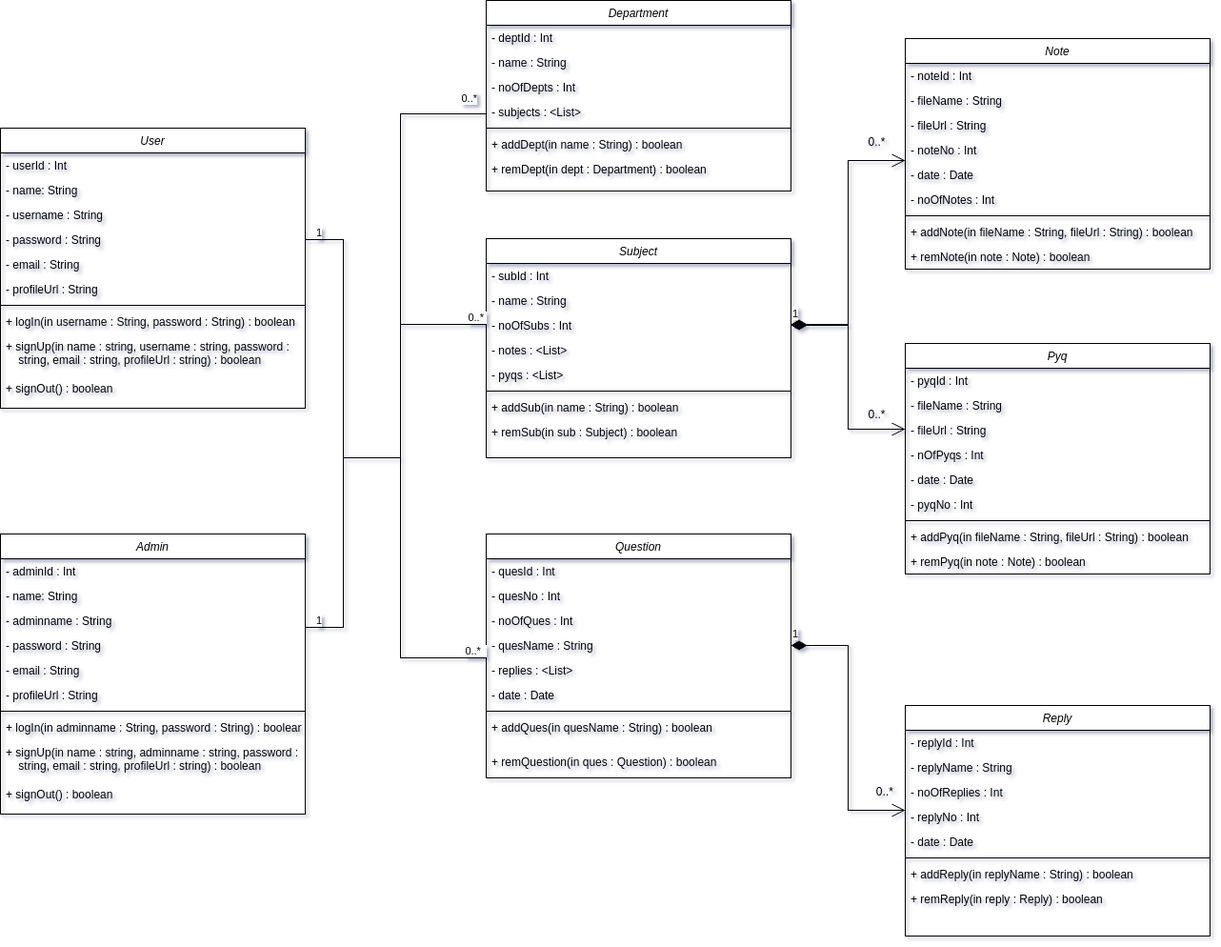
AnirudhHanda/OneStop-ClassDiagram keeps this draw.io diagram as ClassDiagram.drawio.png. Above is the earlier version. Source tidied: cells renumbered, new cells last; positions are measured from the earlier drawing's top-left corner, leaving out a move shared by most shapes.
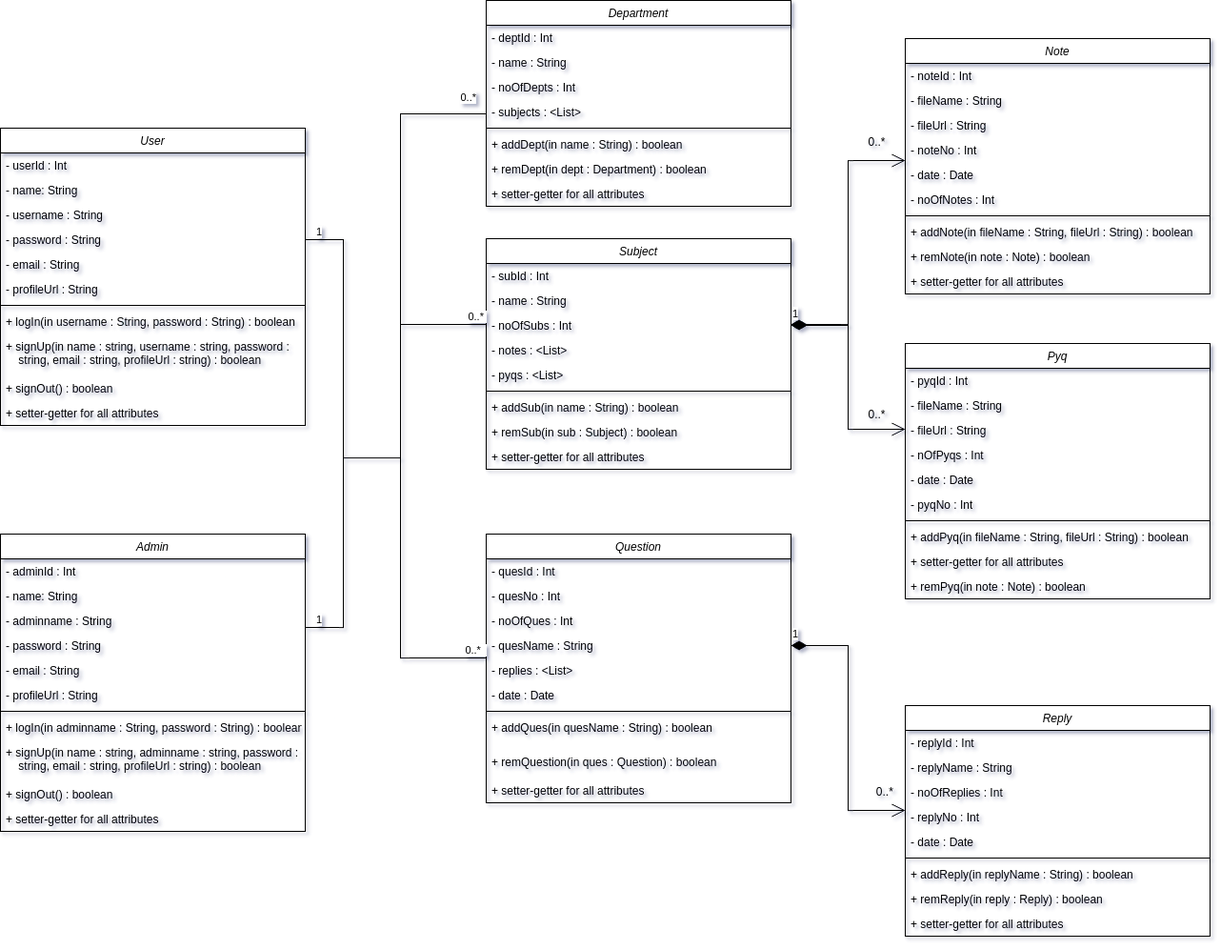
Later version of the same file.

Change to the diagram source:
```diff
@@ -3,7 +3,7 @@
     <mxCell id="0" />
     <mxCell id="1" parent="0" />
     <mxCell id="2" value="User" style="swimlane;fontStyle=2;align=center;verticalAlign=top;horizontal=1;startSize=26;rounded=0;shadow=0;strokeWidth=1;" parent="1" vertex="1">
-      <mxGeometry y="134" width="320" height="294" as="geometry" />
+      <mxGeometry y="134" width="320" height="312" as="geometry" />
     </mxCell>
     <mxCell id="3" value="- userId : Int" style="text;align=left;verticalAlign=top;spacingLeft=4;spacingRight=4;overflow=hidden;rounded=0;shadow=0;html=0;" parent="2" vertex="1">
       <mxGeometry y="26" width="320" height="26" as="geometry" />
@@ -35,8 +35,11 @@
     <mxCell id="12" value="+ signOut() : boolean" style="text;align=left;verticalAlign=top;spacingLeft=4;spacingRight=4;overflow=hidden;" parent="2" vertex="1">
       <mxGeometry y="260" width="320" height="26" as="geometry" />
     </mxCell>
+    <mxCell id="95" value="+ setter-getter for all attributes" style="text;align=left;verticalAlign=top;spacingLeft=4;spacingRight=4;overflow=hidden;" parent="2" vertex="1">
+      <mxGeometry y="286" width="320" height="26" as="geometry" />
+    </mxCell>
     <mxCell id="13" value="Department" style="swimlane;fontStyle=2;align=center;verticalAlign=top;horizontal=1;startSize=26;rounded=0;shadow=0;strokeWidth=1;" parent="1" vertex="1">
-      <mxGeometry x="510" width="320" height="200" as="geometry" />
+      <mxGeometry x="510" width="320" height="216" as="geometry" />
     </mxCell>
     <mxCell id="14" value="- deptId : Int" style="text;align=left;verticalAlign=top;spacingLeft=4;spacingRight=4;overflow=hidden;rounded=0;shadow=0;html=0;" parent="13" vertex="1">
       <mxGeometry y="26" width="320" height="26" as="geometry" />
@@ -59,6 +62,9 @@
     <mxCell id="20" value="+ remDept(in dept : Department) : boolean " style="text;align=left;verticalAlign=top;spacingLeft=4;spacingRight=4;overflow=hidden;" parent="13" vertex="1">
       <mxGeometry y="164" width="320" height="26" as="geometry" />
     </mxCell>
+    <mxCell id="96" value="+ setter-getter for all attributes" style="text;align=left;verticalAlign=top;spacingLeft=4;spacingRight=4;overflow=hidden;" parent="13" vertex="1">
+      <mxGeometry y="190" width="320" height="26" as="geometry" />
+    </mxCell>
     <mxCell id="21" style="endArrow=none;html=1;edgeStyle=orthogonalEdgeStyle;rounded=0;entryX=0;entryY=0.5;entryDx=0;entryDy=0;exitX=1;exitY=0.5;exitDx=0;exitDy=0;" parent="1" edge="1" source="6">
       <mxGeometry relative="1" as="geometry">
         <mxPoint x="510" y="93" as="targetPoint" />
@@ -82,7 +88,7 @@
       </mxGeometry>
     </mxCell>
     <mxCell id="24" value="Subject" style="swimlane;fontStyle=2;align=center;verticalAlign=top;horizontal=1;startSize=26;rounded=0;shadow=0;strokeWidth=1;" parent="1" vertex="1">
-      <mxGeometry x="510" y="250" width="320" height="230" as="geometry" />
+      <mxGeometry x="510" y="250" width="320" height="242" as="geometry" />
     </mxCell>
     <mxCell id="25" value="- subId : Int" style="text;align=left;verticalAlign=top;spacingLeft=4;spacingRight=4;overflow=hidden;rounded=0;shadow=0;html=0;" parent="24" vertex="1">
       <mxGeometry y="26" width="320" height="26" as="geometry" />
@@ -108,6 +114,9 @@
     <mxCell id="32" value="+ remSub(in sub : Subject) : boolean " style="text;align=left;verticalAlign=top;spacingLeft=4;spacingRight=4;overflow=hidden;" parent="24" vertex="1">
       <mxGeometry y="190" width="320" height="26" as="geometry" />
     </mxCell>
+    <mxCell id="97" value="+ setter-getter for all attributes" style="text;align=left;verticalAlign=top;spacingLeft=4;spacingRight=4;overflow=hidden;" parent="24" vertex="1">
+      <mxGeometry y="216" width="320" height="26" as="geometry" />
+    </mxCell>
     <mxCell id="33" style="endArrow=none;html=1;edgeStyle=orthogonalEdgeStyle;rounded=0;" parent="1" edge="1" target="27">
       <mxGeometry relative="1" as="geometry">
         <mxPoint x="420" y="340" as="sourcePoint" />
@@ -120,7 +129,7 @@
       <mxGeometry x="1" relative="1" as="geometry" />
     </mxCell>
     <mxCell id="35" value="Question" style="swimlane;fontStyle=2;align=center;verticalAlign=top;horizontal=1;startSize=26;rounded=0;shadow=0;strokeWidth=1;" parent="1" vertex="1">
-      <mxGeometry x="510" y="560" width="320" height="256" as="geometry" />
+      <mxGeometry x="510" y="560" width="320" height="282" as="geometry" />
     </mxCell>
     <mxCell id="36" value="- quesId : Int " style="text;align=left;verticalAlign=top;spacingLeft=4;spacingRight=4;overflow=hidden;rounded=0;shadow=0;html=0;" parent="35" vertex="1">
       <mxGeometry y="26" width="320" height="26" as="geometry" />
@@ -149,6 +158,9 @@
     <mxCell id="44" value="+ remQuestion(in ques : Question) : boolean" style="text;strokeColor=none;fillColor=none;align=left;verticalAlign=top;spacingLeft=4;spacingRight=4;overflow=hidden;whiteSpace=wrap;html=1;" parent="35" vertex="1">
       <mxGeometry y="226" width="320" height="30" as="geometry" />
     </mxCell>
+    <mxCell id="98" value="+ setter-getter for all attributes" style="text;align=left;verticalAlign=top;spacingLeft=4;spacingRight=4;overflow=hidden;" parent="35" vertex="1">
+      <mxGeometry y="256" width="320" height="26" as="geometry" />
+    </mxCell>
     <mxCell id="45" style="endArrow=none;html=1;edgeStyle=orthogonalEdgeStyle;rounded=0;" parent="1" edge="1">
       <mxGeometry relative="1" as="geometry">
         <mxPoint x="420" y="470" as="sourcePoint" />
@@ -162,7 +174,7 @@
       <mxGeometry x="1" relative="1" as="geometry" />
     </mxCell>
     <mxCell id="47" value="Note" style="swimlane;fontStyle=2;align=center;verticalAlign=top;horizontal=1;startSize=26;rounded=0;shadow=0;strokeWidth=1;" parent="1" vertex="1">
-      <mxGeometry x="950" y="40" width="320" height="242" as="geometry" />
+      <mxGeometry x="950" y="40" width="320" height="268" as="geometry" />
     </mxCell>
     <mxCell id="48" value="- noteId : Int" style="text;align=left;verticalAlign=top;spacingLeft=4;spacingRight=4;overflow=hidden;rounded=0;shadow=0;html=0;" parent="47" vertex="1">
       <mxGeometry y="26" width="320" height="26" as="geometry" />
@@ -191,6 +203,9 @@
     <mxCell id="56" value="+ remNote(in note : Note) : boolean" style="text;align=left;verticalAlign=top;spacingLeft=4;spacingRight=4;overflow=hidden;" parent="47" vertex="1">
       <mxGeometry y="216" width="320" height="26" as="geometry" />
     </mxCell>
+    <mxCell id="99" value="+ setter-getter for all attributes" style="text;align=left;verticalAlign=top;spacingLeft=4;spacingRight=4;overflow=hidden;" parent="47" vertex="1">
+      <mxGeometry y="242" width="320" height="26" as="geometry" />
+    </mxCell>
     <mxCell id="57" value="1" style="endArrow=open;html=1;endSize=12;startArrow=diamondThin;startSize=14;startFill=1;edgeStyle=orthogonalEdgeStyle;align=left;verticalAlign=bottom;rounded=0;entryX=0;entryY=-0.077;entryDx=0;entryDy=0;entryPerimeter=0;" parent="1" edge="1" target="52">
       <mxGeometry x="-1" y="3" relative="1" as="geometry">
         <mxPoint x="830" y="340" as="sourcePoint" />
@@ -201,7 +216,7 @@
       </mxGeometry>
     </mxCell>
     <mxCell id="58" value="Pyq" style="swimlane;fontStyle=2;align=center;verticalAlign=top;horizontal=1;startSize=26;rounded=0;shadow=0;strokeWidth=1;" parent="1" vertex="1">
-      <mxGeometry x="950" y="360" width="320" height="242" as="geometry" />
+      <mxGeometry x="950" y="360" width="320" height="268" as="geometry" />
     </mxCell>
     <mxCell id="59" value="- pyqId : Int" style="text;align=left;verticalAlign=top;spacingLeft=4;spacingRight=4;overflow=hidden;rounded=0;shadow=0;html=0;" parent="58" vertex="1">
       <mxGeometry y="26" width="320" height="26" as="geometry" />
@@ -227,8 +242,11 @@
     <mxCell id="66" value="+ addPyq(in fileName : String, fileUrl : String) : boolean" style="text;align=left;verticalAlign=top;spacingLeft=4;spacingRight=4;overflow=hidden;" parent="58" vertex="1">
       <mxGeometry y="190" width="320" height="26" as="geometry" />
     </mxCell>
+    <mxCell id="100" value="+ setter-getter for all attributes" style="text;align=left;verticalAlign=top;spacingLeft=4;spacingRight=4;overflow=hidden;" parent="58" vertex="1">
+      <mxGeometry y="216" width="320" height="26" as="geometry" />
+    </mxCell>
     <mxCell id="67" value="+ remPyq(in note : Note) : boolean" style="text;align=left;verticalAlign=top;spacingLeft=4;spacingRight=4;overflow=hidden;" parent="58" vertex="1">
-      <mxGeometry y="216" width="320" height="26" as="geometry" />
+      <mxGeometry y="242" width="320" height="26" as="geometry" />
     </mxCell>
     <mxCell id="68" value="1" style="endArrow=open;html=1;endSize=12;startArrow=diamondThin;startSize=14;startFill=1;edgeStyle=orthogonalEdgeStyle;align=left;verticalAlign=bottom;rounded=0;exitX=1;exitY=0.5;exitDx=0;exitDy=0;" parent="1" edge="1" source="27">
       <mxGeometry x="-1" y="3" relative="1" as="geometry">
@@ -266,6 +284,9 @@
     <mxCell id="77" value="+ remReply(in reply : Reply) : boolean" style="text;align=left;verticalAlign=top;spacingLeft=4;spacingRight=4;overflow=hidden;" parent="69" vertex="1">
       <mxGeometry y="190" width="320" height="26" as="geometry" />
     </mxCell>
+    <mxCell id="101" value="+ setter-getter for all attributes" style="text;align=left;verticalAlign=top;spacingLeft=4;spacingRight=4;overflow=hidden;" parent="69" vertex="1">
+      <mxGeometry y="216" width="320" height="26" as="geometry" />
+    </mxCell>
     <mxCell id="78" value="1" style="endArrow=open;html=1;endSize=12;startArrow=diamondThin;startSize=14;startFill=1;edgeStyle=orthogonalEdgeStyle;align=left;verticalAlign=bottom;rounded=0;exitX=1;exitY=0.5;exitDx=0;exitDy=0;" parent="1" edge="1" source="39">
       <mxGeometry x="-1" y="3" relative="1" as="geometry">
         <mxPoint x="950" y="850" as="targetPoint" />
@@ -285,7 +306,7 @@
       <mxGeometry x="910" y="816" width="40" height="30" as="geometry" />
     </mxCell>
     <mxCell id="82" value="Admin" style="swimlane;fontStyle=2;align=center;verticalAlign=top;horizontal=1;startSize=26;rounded=0;shadow=0;strokeWidth=1;" parent="1" vertex="1">
-      <mxGeometry y="560" width="320" height="294" as="geometry" />
+      <mxGeometry y="560" width="320" height="312" as="geometry" />
     </mxCell>
     <mxCell id="83" value="- adminId : Int" style="text;align=left;verticalAlign=top;spacingLeft=4;spacingRight=4;overflow=hidden;rounded=0;shadow=0;html=0;" parent="82" vertex="1">
       <mxGeometry y="26" width="320" height="26" as="geometry" />
@@ -317,6 +338,9 @@
     <mxCell id="92" value="+ signOut() : boolean" style="text;align=left;verticalAlign=top;spacingLeft=4;spacingRight=4;overflow=hidden;" parent="82" vertex="1">
       <mxGeometry y="260" width="320" height="26" as="geometry" />
     </mxCell>
+    <mxCell id="102" value="+ setter-getter for all attributes" style="text;align=left;verticalAlign=top;spacingLeft=4;spacingRight=4;overflow=hidden;" parent="82" vertex="1">
+      <mxGeometry y="286" width="320" height="26" as="geometry" />
+    </mxCell>
     <mxCell id="93" style="endArrow=none;html=1;edgeStyle=orthogonalEdgeStyle;rounded=0;exitX=1;exitY=0.5;exitDx=0;exitDy=0;" parent="1" edge="1">
       <mxGeometry relative="1" as="geometry">
         <mxPoint x="320" y="658" as="sourcePoint" />
```
